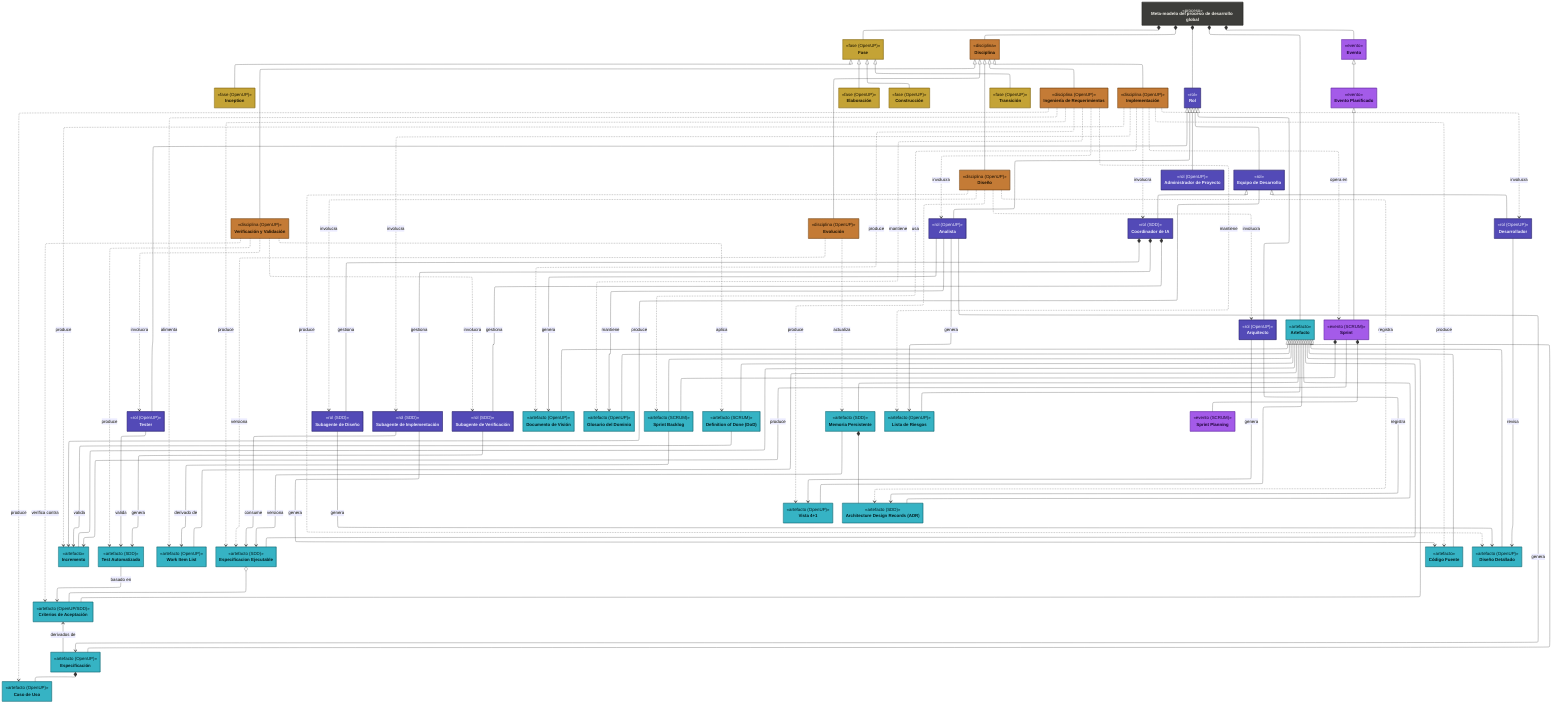
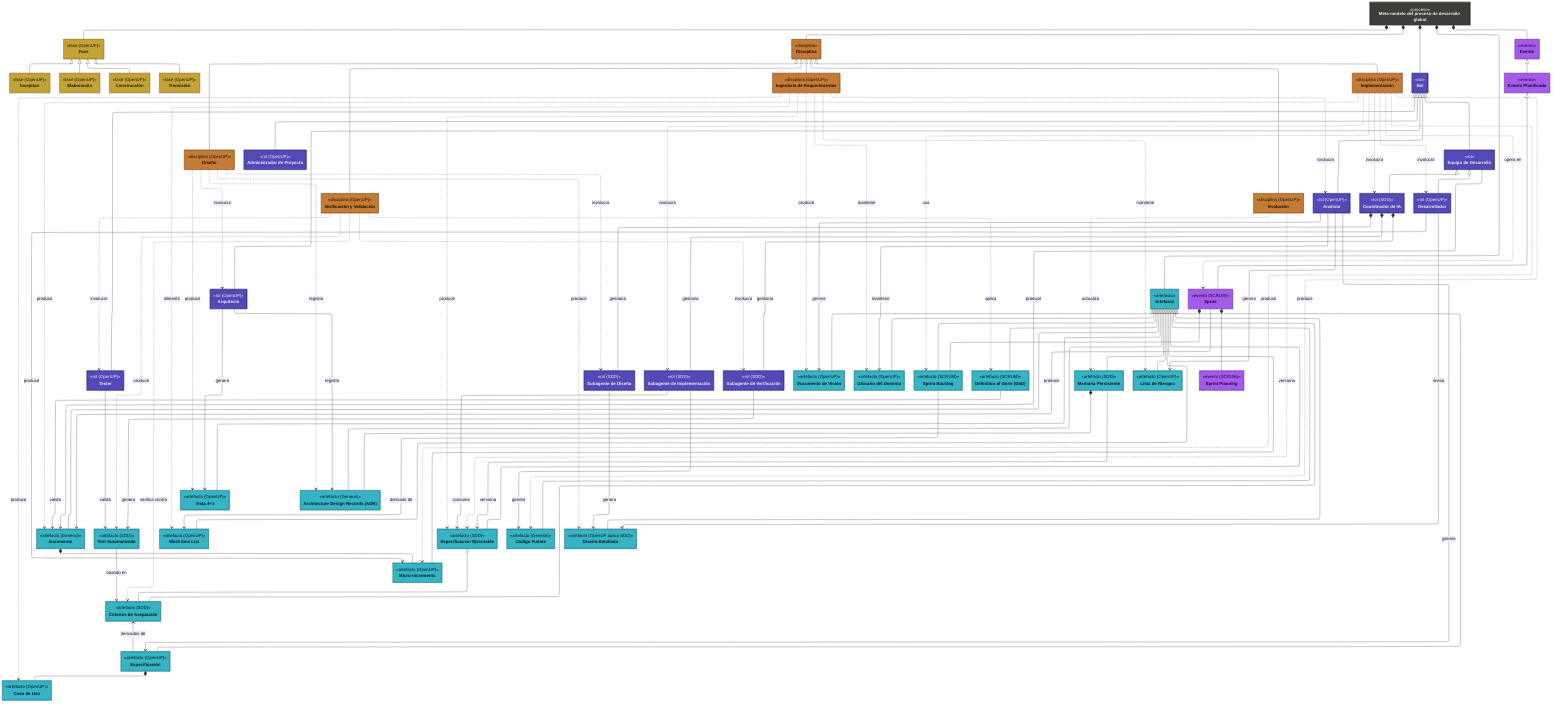
---
config:
   layout: elk
   class:
      hideEmptyMembersBox: true
---
classDiagram


class MetamodeloProceso["Meta-modelo del proceso de desarrollo global"]:::proceso {
   <<proceso>>
}


class Fase["Fase"]:::fase {
   <<fase (OpenUP)>>
}
class FaseInception["Inception"]:::fase {
   <<fase (OpenUP)>>
}
class FaseElaboracion["Elaboración"]:::fase {
   <<fase (OpenUP)>>
}
class FaseConstruccion["Construcción"]:::fase {
   <<fase (OpenUP)>>
}
class FaseTransicion["Transición"]:::fase {
   <<fase (OpenUP)>>
}


class Disciplina["Disciplina"]:::disciplina {
   <<disciplina>>
}
class DisciplinaRequerimientos["Ingeniería de Requerimientos"]:::disciplina {
   <<disciplina (OpenUP)>>
}
class DisciplinaDiseno["Diseño"]:::disciplina {
   <<disciplina (OpenUP)>>
}
class DisciplinaImplementacion["Implementación"]:::disciplina {
   <<disciplina (OpenUP)>>
}
class DisciplinaVerificacion["Verificación y Validación"]:::disciplina {
   <<disciplina (OpenUP)>>
}
class DisciplinaEvolucion["Evolución"]:::disciplina {
   <<disciplina (OpenUP)>>
}


class Rol["Rol"]:::rol {
   <<rol>>
}
class AdministradorProyecto["Administrador de Proyecto"]:::rol{
   <<rol (OpenUP)>>
}
class Analista["Analista"]:::rol {
   <<rol (OpenUP)>>
}
class Arquitecto["Arquitecto"]:::rol {
   <<rol (OpenUP)>>
}
class Tester["Tester"]:::rol {
   <<rol (OpenUP)>>
}
class EquipoDesarrollo["Equipo de Desarrollo"]:::rol {
   <<rol>>
}
class CoordinadorIA["Coordinador de IA"]:::rol {
   <<rol (SDD)>>
}
class SubagenteDiseno["Subagente de Diseño"]:::rol {
   <<rol (SDD)>>
}
class SubagenteImplementacion["Subagente de Implementación"]:::rol {
   <<rol (SDD)>>
}
class SubagenteVerificacion["Subagente de Verificación"]:::rol {
   <<rol (SDD)>>
}
class Desarrollador["Desarrollador"]:::rol {
   <<rol (OpenUP)>>
}


class Artefacto["Artefacto"]:::artefacto {
   <<artefacto>>
}
class DocumentoVision["Documento de Visión"]:::artefacto {
   <<artefacto (OpenUP)>>
}
class Glosario["Glosario del Dominio"]:::artefacto {
   <<artefacto (OpenUP)>>
}
class CasoUso["Caso de Uso"]:::artefacto {
   <<artefacto (OpenUP)>>
}
class Especificacion["Especificación"]:::artefacto {
   <<artefacto (OpenUP)>>
}
class CriteriosAceptacion["Criterios de Aceptación"]:::artefacto {
-    <<artefacto (OpenUP/SDD)>>
+    <<artefacto (SDD)>>
}
class Incremento["Incremento"]:::artefacto {
-    <<artefacto>>
+    <<artefacto (General)>>
+ }
+ class MicroIncremento["Micro-incremento"]:::artefacto {
+    <<artefacto (OpenUP)>>
}
class Vista41["Vista 4+1"]:::artefacto {
   <<artefacto (OpenUP)>>
}
class TestAutomatizado["Test Automatizado"]:::artefacto {
   <<artefacto (SDD)>>
}
class WorkItemList["Work Item List"]:::artefacto {
   <<artefacto (OpenUP)>>
}
class SprintBacklog["Sprint Backlog"]:::artefacto {
   <<artefacto (SCRUM)>>
}
class DoD["Definition of Done (DoD)"]:::artefacto {
   <<artefacto (SCRUM)>>
}
class EspecificacionEjecutable["Especificacion Ejecutable"]:::artefacto {
   <<artefacto (SDD)>>
}
class ADR["Architecture Design Records (ADR)"]:::artefacto {
-    <<artefacto (SDD)>>
+    <<artefacto (General)>>
}
class MemoriaPersistente["Memoria Persistente"]:::artefacto {
   <<artefacto (SDD)>>
}
class ListaRiesgos["Lista de Riesgos"]:::artefacto {
   <<artefacto (OpenUP)>>
}
class CodigoFuente["Código Fuente"]:::artefacto {
-    <<artefacto>>
+    <<artefacto (General)>>
}
class DisenioDetallado["Diseño Detallado"]:::artefacto {
-    <<artefacto (OpenUP)>>
+    <<artefacto (OpenUP aplica SDD)>>
}


class Evento["Evento"]:::evento {
   <<evento>>
}
class EventoPlanificado["Evento Planificado"]:::evento {
   <<evento>>
}
class Sprint["Sprint"]:::evento {
   <<evento (SCRUM)>>
}
class SprintPlanning["Sprint Planning"]:::evento {
   <<evento (SCRUM)>>
}


MetamodeloProceso *-- Fase
MetamodeloProceso *-- Disciplina
MetamodeloProceso *-- Rol
MetamodeloProceso *-- Artefacto
MetamodeloProceso *-- Evento

Fase <|-- FaseInception
Fase <|-- FaseElaboracion
Fase <|-- FaseConstruccion
Fase <|-- FaseTransicion

Disciplina <|-- DisciplinaRequerimientos
Disciplina <|-- DisciplinaDiseno
Disciplina <|-- DisciplinaImplementacion
Disciplina <|-- DisciplinaVerificacion
Disciplina <|-- DisciplinaEvolucion

Rol <|-- AdministradorProyecto
Rol <|-- Analista
Rol <|-- Arquitecto
Rol <|-- Tester
Rol <|-- EquipoDesarrollo
EquipoDesarrollo <|-- Desarrollador
EquipoDesarrollo <|-- CoordinadorIA
CoordinadorIA *-- SubagenteDiseno : gestiona
CoordinadorIA *-- SubagenteImplementacion : gestiona
CoordinadorIA *-- SubagenteVerificacion : gestiona

Artefacto <|-- DocumentoVision
Artefacto <|-- Glosario
Artefacto <|-- Especificacion
Especificacion *-- CasoUso
Artefacto <|-- CodigoFuente
Artefacto <|-- CriteriosAceptacion
Artefacto <|-- Incremento
+ Artefacto <|-- MicroIncremento
+ Incremento *-- MicroIncremento
Artefacto <|-- Vista41
Artefacto <|-- WorkItemList
Artefacto <|-- SprintBacklog
Artefacto <|-- DoD
Artefacto <|-- EspecificacionEjecutable
EspecificacionEjecutable o-- CriteriosAceptacion
Artefacto <|-- ADR
Artefacto <|-- MemoriaPersistente
Artefacto <|-- ListaRiesgos
Artefacto <|-- DisenioDetallado

Evento <|-- EventoPlanificado
EventoPlanificado <|-- Sprint
Sprint *-- SprintPlanning

DisciplinaRequerimientos ..> CasoUso : produce
DisciplinaRequerimientos ..> DocumentoVision : produce
DisciplinaRequerimientos ..> Glosario : mantiene
DisciplinaRequerimientos ..> ListaRiesgos : mantiene
DisciplinaRequerimientos ..> EspecificacionEjecutable : produce
DisciplinaRequerimientos ..> WorkItemList : alimenta
DisciplinaRequerimientos ..> Analista : involucra

DisciplinaDiseno ..> Vista41 : produce
DisciplinaDiseno ..> ADR : registra
DisciplinaDiseno ..> DisenioDetallado : produce
DisciplinaDiseno ..> Arquitecto : involucra
DisciplinaDiseno ..> SubagenteDiseno : involucra

DisciplinaImplementacion ..> CodigoFuente : produce
+ DisciplinaImplementacion ..> MicroIncremento : produce
DisciplinaImplementacion ..> Incremento : produce
DisciplinaImplementacion ..> Sprint : opera en
DisciplinaImplementacion ..> SprintBacklog : usa
DisciplinaImplementacion ..> Desarrollador : involucra
DisciplinaImplementacion ..> SubagenteImplementacion : involucra
DisciplinaImplementacion ..> CoordinadorIA : involucra

DisciplinaVerificacion ..> TestAutomatizado : produce
DisciplinaVerificacion ..> CriteriosAceptacion : verifica contra
DisciplinaVerificacion ..> DoD : aplica
DisciplinaVerificacion ..> Tester : involucra
DisciplinaVerificacion ..> SubagenteVerificacion : involucra

DisciplinaEvolucion ..> EspecificacionEjecutable : versiona
DisciplinaEvolucion ..> MemoriaPersistente : actualiza

Analista --> ListaRiesgos : genera
Analista --> DocumentoVision : genera
Analista --> Especificacion : genera
Analista --> Glosario : mantiene
Arquitecto --> Vista41 : genera
Arquitecto --> ADR : registra
SubagenteDiseno --> DisenioDetallado : genera
SubagenteImplementacion --> EspecificacionEjecutable : consume
SubagenteImplementacion --> CodigoFuente : genera
SubagenteVerificacion --> TestAutomatizado : genera
Tester --> TestAutomatizado : valida
EquipoDesarrollo --> Incremento : produce
+ Desarrollador --> MicroIncremento : produce
Desarrollador --> DisenioDetallado : revisa
CriteriosAceptacion <-- Especificacion : derivados de
TestAutomatizado --> CriteriosAceptacion : basado en
MemoriaPersistente *-- ADR
MemoriaPersistente --> EspecificacionEjecutable : versiona
Sprint *-- SprintBacklog
SprintBacklog --> WorkItemList : derivado de
Sprint --> Incremento : produce
DoD --> Incremento : valida


classDef proceso fill:#3d3d3a,stroke:#2C2C2A,color:#F1EFE8
classDef fase fill:#c4a336,stroke:#8a6f1f,color:#1a1400
classDef disciplina fill:#c47b36,stroke:#7a4a1d,color:#1a0f00
classDef evento fill:#a45be9,stroke:#6a2fa8,color:#1a0033
classDef rol fill:#534AB7,stroke:#2c2570,color:#eeeeff
classDef artefacto fill:#36b3c4,stroke:#1d6e7a,color:#001a1e
